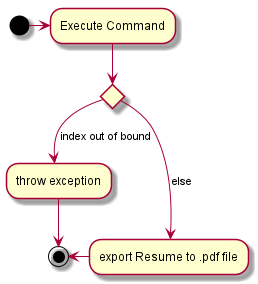
Before: docs/images/ExportActivityDiagram.png, a diagram exported from PlantUML (wardetu/main). Source of this version:
```plantuml
@startuml

(*)  -right-> "Execute Command"

If "" then
-down-> [index out of bound] "throw exception"
--> (*)

else
-right-> [else] "export Resume to .pdf file"
-left-> (*)

endif

@enduml
```
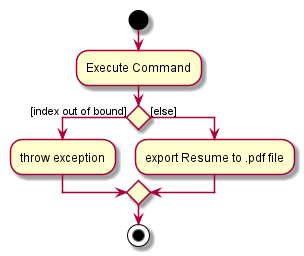
Later version of the same file.

Diff of the diagram source:
```diff
@@ -1,15 +1,12 @@
 @startuml
+start
+:Execute Command;
 
-(*)  -right-> "Execute Command"
-
-If "" then
--down-> [index out of bound] "throw exception"
---> (*)
-
-else
--right-> [else] "export Resume to .pdf file"
--left-> (*)
+if () then ([index out of bound])
+    :throw exception;
+else ([else])
+    :export Resume to .pdf file;
 
 endif
-
+stop
 @enduml
```
